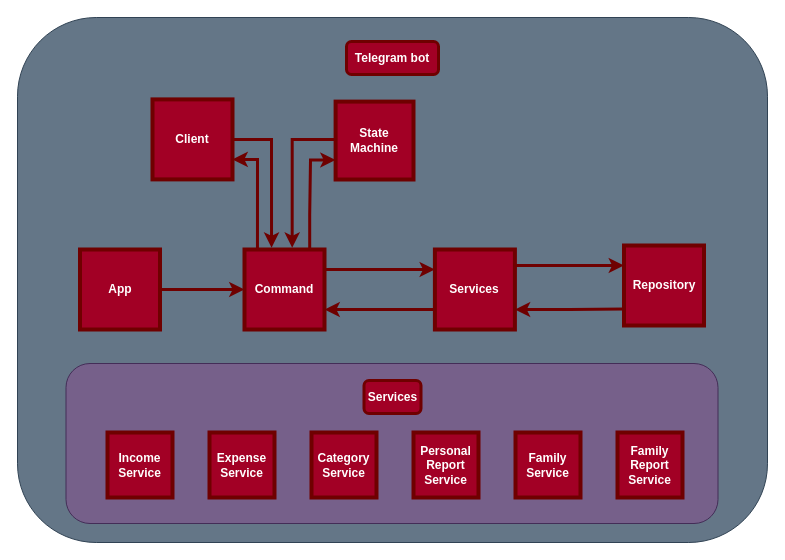
The draw.io diagram tg_financial_bot.drawio in CBeredIOk/financial_bot, before the edit. Source tidied: cells renumbered, new cells numbered last; positions are measured from the earlier drawing's top-left corner, leaving out a move shared by most shapes. Both pictures are drawn from the tidied source at 100%, with x=0, y=0 at pixel (17, 17).
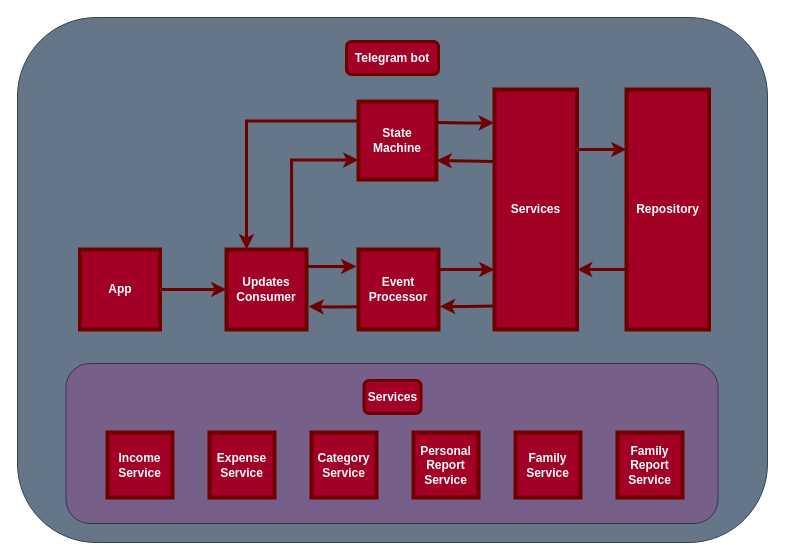
After the change.

What changed in the source:
```diff
@@
-    <mxCell id="5" value="&lt;b&gt;Repository&lt;/b&gt;" style="whiteSpace=wrap;html=1;fillColor=#a20025;strokeColor=#6F0000;fontColor=#ffffff;strokeWidth=4;" parent="1" vertex="1">
-      <mxGeometry x="606.5" y="228" width="80" height="80" as="geometry" />
-    </mxCell>
@@
-    <mxCell id="16" style="edgeStyle=orthogonalEdgeStyle;rounded=0;jettySize=auto;html=1;exitX=1;exitY=0.25;exitDx=0;exitDy=0;fillColor=#a20025;strokeColor=#6F0000;strokeWidth=3;endArrow=classic;endFill=1;entryX=0;entryY=0.25;entryDx=0;entryDy=0;" parent="1" edge="1" source="23" target="5">
-      <mxGeometry relative="1" as="geometry">
-        <Array as="points">
-          <mxPoint x="497.5" y="248" />
-        </Array>
-      </mxGeometry>
+    <mxCell id="16" style="edgeStyle=orthogonalEdgeStyle;rounded=0;jettySize=auto;html=1;fillColor=#a20025;strokeColor=#6F0000;strokeWidth=3;endArrow=classic;endFill=1;entryX=0;entryY=0.25;entryDx=0;entryDy=0;exitX=1;exitY=0.25;exitDx=0;exitDy=0;" parent="1" edge="1" source="23" target="5">
+      <mxGeometry relative="1" as="geometry" />
     </mxCell>
-    <mxCell id="17" style="edgeStyle=orthogonalEdgeStyle;rounded=0;jettySize=auto;html=1;entryX=0;entryY=0.75;entryDx=0;entryDy=0;fillColor=#a20025;strokeColor=#6F0000;strokeWidth=3;endArrow=none;endFill=0;exitX=1;exitY=0.75;exitDx=0;exitDy=0;startArrow=classic;startFill=1;" parent="1" edge="1" source="19" target="23">
+    <mxCell id="17" style="edgeStyle=orthogonalEdgeStyle;rounded=0;jettySize=auto;html=1;entryX=-0.008;entryY=0.902;entryDx=0;entryDy=0;fillColor=#a20025;strokeColor=#6F0000;strokeWidth=3;endArrow=none;endFill=0;exitX=1.018;exitY=0.711;exitDx=0;exitDy=0;startArrow=classic;startFill=1;exitPerimeter=0;entryPerimeter=0;" parent="1" edge="1" source="20" target="23">
       <mxGeometry relative="1" as="geometry" />
     </mxCell>
-    <mxCell id="18" style="edgeStyle=orthogonalEdgeStyle;rounded=0;jettySize=auto;html=1;exitX=0.162;exitY=-0.008;exitDx=0;exitDy=0;startArrow=none;startFill=0;endArrow=classic;endFill=1;fillColor=#a20025;strokeColor=#6F0000;strokeWidth=3;entryX=1;entryY=0.75;entryDx=0;entryDy=0;exitPerimeter=0;" parent="1" edge="1" source="19" target="20">
-      <mxGeometry relative="1" as="geometry" />
-    </mxCell>
-    <mxCell id="19" value="&lt;b&gt;Command&lt;/b&gt;" style="whiteSpace=wrap;html=1;fillColor=#a20025;strokeColor=#6F0000;fontColor=#ffffff;strokeWidth=4;" parent="1" vertex="1">
-      <mxGeometry x="227" y="232" width="80" height="80" as="geometry" />
+    <mxCell id="19" value="&lt;b&gt;Updates Consumer&lt;/b&gt;" style="whiteSpace=wrap;html=1;fillColor=#a20025;strokeColor=#6F0000;fontColor=#ffffff;strokeWidth=4;" parent="1" vertex="1">
+      <mxGeometry x="209" y="232" width="80" height="80" as="geometry" />
     </mxCell>
-    <mxCell id="20" value="&lt;b&gt;Client&lt;/b&gt;" style="whiteSpace=wrap;html=1;fillColor=#a20025;strokeColor=#6F0000;fontColor=#ffffff;strokeWidth=4;" parent="1" vertex="1">
-      <mxGeometry x="135" y="81.9" width="80" height="80" as="geometry" />
+    <mxCell id="20" value="&lt;b&gt;Event Processor&lt;/b&gt;" style="whiteSpace=wrap;html=1;fillColor=#a20025;strokeColor=#6F0000;fontColor=#ffffff;strokeWidth=4;" parent="1" vertex="1">
+      <mxGeometry x="341" y="232" width="80" height="80" as="geometry" />
     </mxCell>
     <mxCell id="21" value="&lt;b&gt;State Machine&lt;/b&gt;" style="whiteSpace=wrap;html=1;fillColor=#a20025;strokeColor=#6F0000;fontColor=#ffffff;strokeWidth=4;" parent="1" vertex="1">
-      <mxGeometry x="318.1" y="84.1" width="77.9" height="77.9" as="geometry" />
+      <mxGeometry x="341" y="84.1" width="77.9" height="77.9" as="geometry" />
     </mxCell>
-    <mxCell id="22" style="edgeStyle=orthogonalEdgeStyle;rounded=0;jettySize=auto;html=1;exitX=1;exitY=0.25;exitDx=0;exitDy=0;entryX=0;entryY=0.25;entryDx=0;entryDy=0;fillColor=#a20025;strokeColor=#6F0000;strokeWidth=3;endArrow=classic;endFill=1;" parent="1" edge="1" source="19" target="23">
+    <mxCell id="22" style="edgeStyle=orthogonalEdgeStyle;rounded=0;jettySize=auto;html=1;exitX=1;exitY=0.25;exitDx=0;exitDy=0;entryX=0;entryY=0.75;entryDx=0;entryDy=0;fillColor=#a20025;strokeColor=#6F0000;strokeWidth=3;endArrow=classic;endFill=1;" parent="1" edge="1" source="20" target="23">
       <mxGeometry relative="1" as="geometry" />
     </mxCell>
-    <mxCell id="23" value="&lt;b&gt;Services&lt;/b&gt;" style="whiteSpace=wrap;html=1;fillColor=#a20025;strokeColor=#6F0000;fontColor=#ffffff;strokeWidth=4;" parent="1" vertex="1">
-      <mxGeometry x="417.4" y="232" width="80" height="80" as="geometry" />
-    </mxCell>
-    <mxCell id="24" style="edgeStyle=orthogonalEdgeStyle;rounded=0;jettySize=auto;html=1;fillColor=#a20025;strokeColor=#6F0000;strokeWidth=3;startArrow=classic;startFill=1;endArrow=none;endFill=0;entryX=1;entryY=0.5;entryDx=0;entryDy=0;exitX=0.338;exitY=-0.022;exitDx=0;exitDy=0;exitPerimeter=0;" parent="1" edge="1" source="19" target="20">
-      <mxGeometry relative="1" as="geometry">
-        <Array as="points">
-          <mxPoint x="254" y="122" />
-        </Array>
-      </mxGeometry>
-    </mxCell>
-    <mxCell id="25" style="edgeStyle=orthogonalEdgeStyle;rounded=0;jettySize=auto;html=1;fillColor=#a20025;strokeColor=#6F0000;strokeWidth=3;endArrow=none;endFill=0;startArrow=classic;startFill=1;entryX=-0.004;entryY=0.793;entryDx=0;entryDy=0;exitX=1;exitY=0.75;exitDx=0;exitDy=0;entryPerimeter=0;" parent="1" edge="1" source="23" target="5">
-      <mxGeometry relative="1" as="geometry">
-        <Array as="points">
-          <mxPoint x="552" y="292" />
-        </Array>
-      </mxGeometry>
+    <mxCell id="25" style="edgeStyle=orthogonalEdgeStyle;rounded=0;jettySize=auto;html=1;fillColor=#a20025;strokeColor=#6F0000;strokeWidth=3;endArrow=none;endFill=0;startArrow=classic;startFill=1;entryX=0;entryY=0.75;entryDx=0;entryDy=0;exitX=1;exitY=0.75;exitDx=0;exitDy=0;" parent="1" edge="1" source="23" target="5">
+      <mxGeometry relative="1" as="geometry" />
     </mxCell>
     <mxCell id="26" style="edgeStyle=orthogonalEdgeStyle;rounded=0;jettySize=auto;html=1;fillColor=#a20025;strokeColor=#6F0000;strokeWidth=3;entryX=0;entryY=0.75;entryDx=0;entryDy=0;exitX=0.815;exitY=-0.018;exitDx=0;exitDy=0;exitPerimeter=0;" parent="1" edge="1" source="19" target="21">
       <mxGeometry relative="1" as="geometry">
         <Array as="points">
-          <mxPoint x="292" y="197" />
-          <mxPoint x="293" y="197" />
-          <mxPoint x="293" y="143" />
+          <mxPoint x="274" y="194" />
+          <mxPoint x="274" y="142" />
         </Array>
       </mxGeometry>
     </mxCell>
-    <mxCell id="27" style="edgeStyle=orthogonalEdgeStyle;rounded=0;jettySize=auto;html=1;fillColor=#a20025;strokeColor=#6F0000;strokeWidth=3;startArrow=classic;startFill=1;endArrow=none;endFill=0;entryX=0;entryY=0.5;entryDx=0;entryDy=0;exitX=0.596;exitY=-0.022;exitDx=0;exitDy=0;exitPerimeter=0;" parent="1" edge="1" source="19" target="21">
+    <mxCell id="27" style="edgeStyle=orthogonalEdgeStyle;rounded=0;jettySize=auto;html=1;fillColor=#a20025;strokeColor=#6F0000;strokeWidth=3;startArrow=classic;startFill=1;endArrow=none;endFill=0;exitX=0.25;exitY=0;exitDx=0;exitDy=0;entryX=0;entryY=0.25;entryDx=0;entryDy=0;" parent="1" edge="1" source="19" target="21">
       <mxGeometry relative="1" as="geometry">
         <Array as="points">
-          <mxPoint x="275" y="122" />
-          <mxPoint x="318" y="122" />
+          <mxPoint x="229" y="104" />
         </Array>
       </mxGeometry>
     </mxCell>
+    <mxCell id="5" value="&lt;b&gt;&lt;font color=&quot;#ffffff&quot;&gt;Repository&lt;/font&gt;&lt;/b&gt;" style="rounded=0;whiteSpace=wrap;html=1;fillColor=#A20025;strokeColor=#6F0000;strokeWidth=4;" parent="1" vertex="1">
+      <mxGeometry x="609" y="72" width="82.5" height="240" as="geometry" />
+    </mxCell>
+    <mxCell id="23" value="&lt;b style=&quot;color: rgb(255, 255, 255);&quot;&gt;Services&lt;/b&gt;" style="rounded=0;whiteSpace=wrap;html=1;fillColor=#A20025;strokeColor=#6F0000;strokeWidth=4;" parent="1" vertex="1">
+      <mxGeometry x="477" y="72" width="82.5" height="240" as="geometry" />
+    </mxCell>
+    <mxCell id="28" style="edgeStyle=orthogonalEdgeStyle;rounded=0;jettySize=auto;html=1;exitX=1;exitY=0.25;exitDx=0;exitDy=0;entryX=-0.008;entryY=0.139;entryDx=0;entryDy=0;fillColor=#a20025;strokeColor=#6F0000;strokeWidth=3;endArrow=classic;endFill=1;entryPerimeter=0;" parent="1" edge="1" target="23">
+      <mxGeometry relative="1" as="geometry">
+        <mxPoint x="418.9" y="105" as="sourcePoint" />
+      </mxGeometry>
+    </mxCell>
+    <mxCell id="29" style="edgeStyle=orthogonalEdgeStyle;rounded=0;jettySize=auto;html=1;entryX=-0.008;entryY=0.3;entryDx=0;entryDy=0;fillColor=#a20025;strokeColor=#6F0000;strokeWidth=3;endArrow=none;endFill=0;exitX=1;exitY=0.75;exitDx=0;exitDy=0;startArrow=classic;startFill=1;entryPerimeter=0;" parent="1" edge="1" target="23">
+      <mxGeometry relative="1" as="geometry">
+        <mxPoint x="418.9" y="143" as="sourcePoint" />
+      </mxGeometry>
+    </mxCell>
+    <mxCell id="30" style="edgeStyle=orthogonalEdgeStyle;rounded=0;orthogonalLoop=1;jettySize=auto;html=1;exitX=1;exitY=0.25;exitDx=0;exitDy=0;fillColor=#a20025;strokeColor=#6F0000;strokeWidth=3;endArrow=classic;endFill=1;" parent="1" edge="1">
+      <mxGeometry relative="1" as="geometry">
+        <mxPoint x="290.5" y="249" as="sourcePoint" />
+        <mxPoint x="339" y="249" as="targetPoint" />
+      </mxGeometry>
+    </mxCell>
+    <mxCell id="31" style="edgeStyle=orthogonalEdgeStyle;rounded=0;jettySize=auto;html=1;fillColor=#a20025;strokeColor=#6F0000;strokeWidth=3;endArrow=none;endFill=0;startArrow=classic;startFill=1;entryX=0.001;entryY=0.717;entryDx=0;entryDy=0;entryPerimeter=0;" parent="1" edge="1" target="20">
+      <mxGeometry relative="1" as="geometry">
+        <mxPoint x="291" y="289" as="sourcePoint" />
+      </mxGeometry>
+    </mxCell>
```
